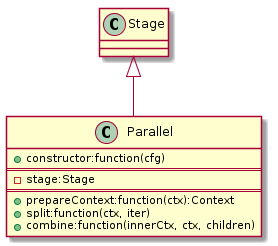
Before: pics/stages/Parallel/class.png, a diagram exported from PlantUML (vedmalex/pipeline.js).
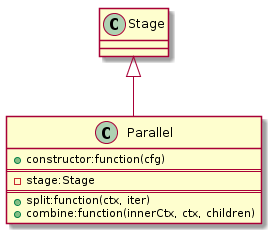
After the change.

The edit, as a diff of the source:
```diff
@@ -6,7 +6,6 @@
 ===
 		-stage:Stage
 ===
-		+prepareContext:function(ctx):Context
 		+split:function(ctx, iter)
 		+combine:function(innerCtx, ctx, children)
 	}
```
